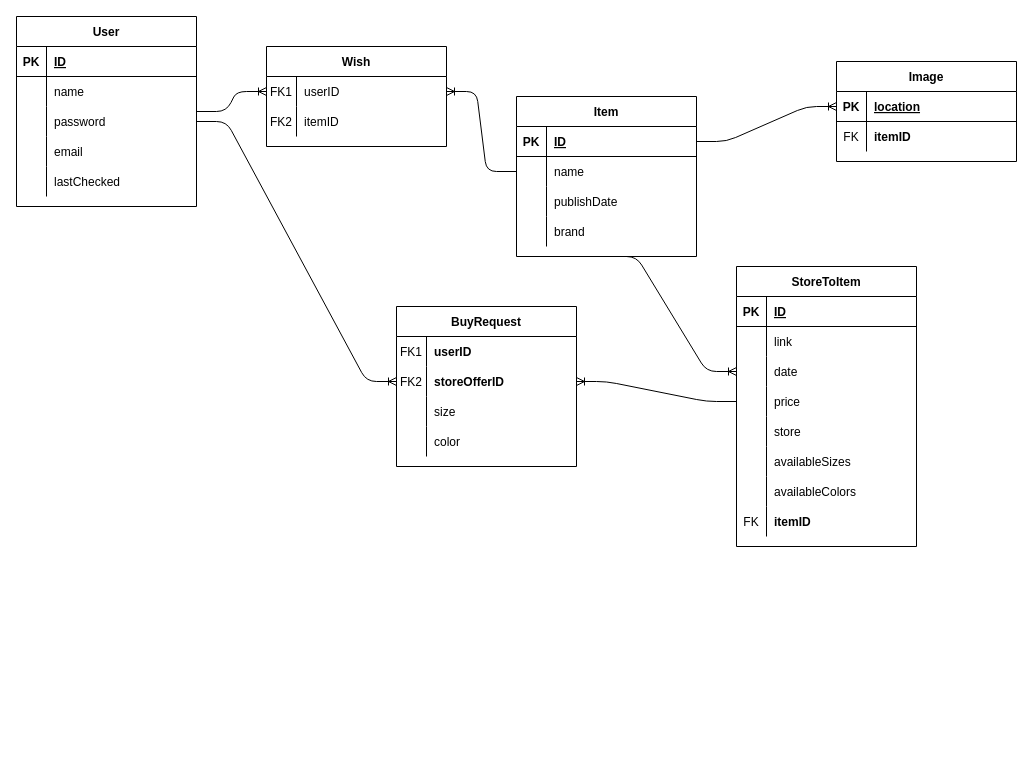
Earlier version of the draw.io diagram misc/er_diagram.drawio (BobbyLilD/SneakerCop). Source tidied: cells renumbered, new cells numbered last; positions are measured from the earlier drawing's top-left corner, leaving out a move shared by most shapes. Both pictures are drawn from the tidied source at 100%, with x=0, y=0 at pixel (16, 16).
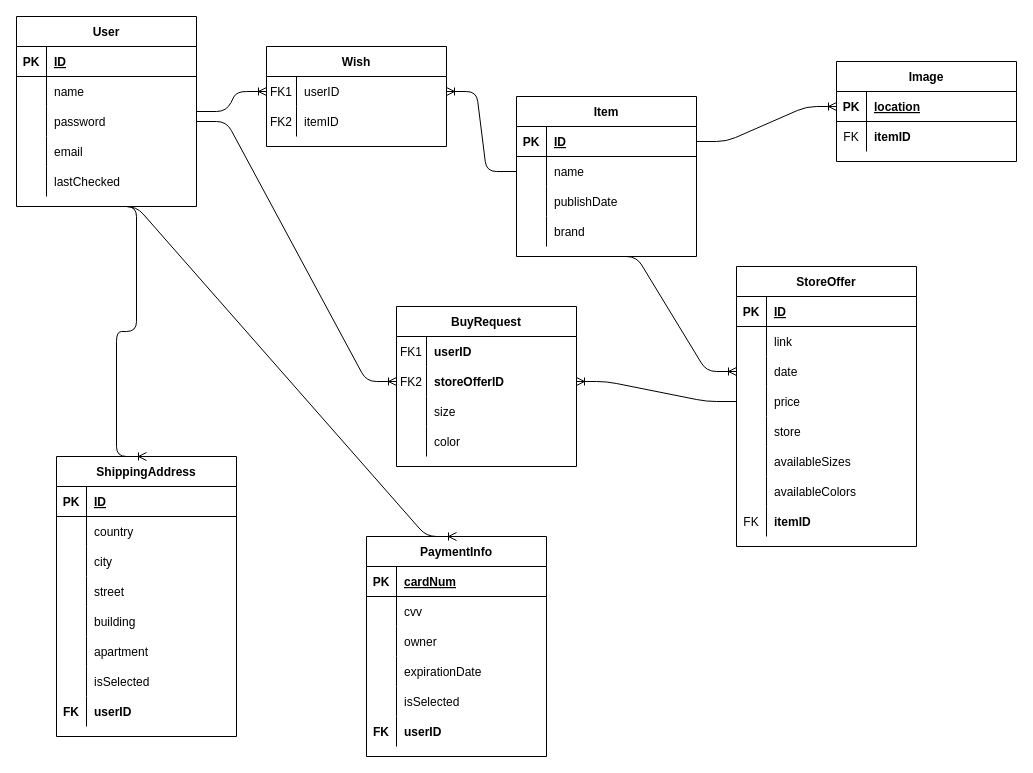
The same diagram, later.

The change refers to these unchanged cells:
```xml
<mxCell id="2" value="User" style="shape=table;startSize=30;childLayout=tableLayout;rowLines=0;fontStyle=1;align=center;" parent="1" vertex="1">
  <mxGeometry width="180" height="190" as="geometry" />
</mxCell>
```

Diff of the diagram source:
```diff
@@
-    <mxCell id="40" value="StoreToItem" style="shape=table;startSize=30;childLayout=tableLayout;rowLines=0;fontStyle=1;align=center;fillColor=none;" parent="1" vertex="1">
+    <mxCell id="40" value="StoreOffer" style="shape=table;startSize=30;childLayout=tableLayout;rowLines=0;fontStyle=1;align=center;fillColor=none;" parent="1" vertex="1">
       <mxGeometry x="720" y="250" width="180" height="280" as="geometry" />
     </mxCell>
@@
+    <mxCell id="89" value="PaymentInfo" style="shape=table;startSize=30;childLayout=tableLayout;rowLines=0;fontStyle=1;align=center;" parent="1" vertex="1">
+      <mxGeometry x="350" y="520" width="180" height="220" as="geometry" />
+    </mxCell>
+    <mxCell id="90" style="shape=partialRectangle;fillColor=none;top=0;left=0;bottom=1;right=0;" parent="89" vertex="1">
+      <mxGeometry y="30" width="180" height="30" as="geometry" />
+    </mxCell>
+    <mxCell id="91" value="PK" style="shape=partialRectangle;fillColor=none;top=0;left=0;bottom=0;right=0;fontStyle=1;overflow=hidden;" parent="90" vertex="1">
+      <mxGeometry width="30" height="30" as="geometry" />
+    </mxCell>
+    <mxCell id="92" value="cardNum" style="shape=partialRectangle;fillColor=none;top=0;left=0;bottom=0;right=0;align=left;spacingLeft=6;fontStyle=5;overflow=hidden;" parent="90" vertex="1">
+      <mxGeometry x="30" width="150" height="30" as="geometry" />
+    </mxCell>
+    <mxCell id="93" style="shape=partialRectangle;fillColor=none;top=0;left=0;bottom=0;right=0;" parent="89" vertex="1">
+      <mxGeometry y="60" width="180" height="30" as="geometry" />
+    </mxCell>
+    <mxCell id="94" style="shape=partialRectangle;fillColor=none;top=0;left=0;bottom=0;right=0;overflow=hidden;" parent="93" vertex="1">
+      <mxGeometry width="30" height="30" as="geometry" />
+    </mxCell>
+    <mxCell id="95" value="cvv" style="shape=partialRectangle;fillColor=none;top=0;left=0;bottom=0;right=0;align=left;spacingLeft=6;overflow=hidden;" parent="93" vertex="1">
+      <mxGeometry x="30" width="150" height="30" as="geometry" />
+    </mxCell>
+    <mxCell id="96" style="shape=partialRectangle;fillColor=none;top=0;left=0;bottom=0;right=0;" parent="89" vertex="1">
+      <mxGeometry y="90" width="180" height="30" as="geometry" />
+    </mxCell>
+    <mxCell id="97" style="shape=partialRectangle;fillColor=none;top=0;left=0;bottom=0;right=0;overflow=hidden;" parent="96" vertex="1">
+      <mxGeometry width="30" height="30" as="geometry" />
+    </mxCell>
+    <mxCell id="98" value="owner" style="shape=partialRectangle;fillColor=none;top=0;left=0;bottom=0;right=0;align=left;spacingLeft=6;overflow=hidden;" parent="96" vertex="1">
+      <mxGeometry x="30" width="150" height="30" as="geometry" />
+    </mxCell>
+    <mxCell id="99" style="shape=partialRectangle;fillColor=none;top=0;left=0;bottom=0;right=0;" parent="89" vertex="1">
+      <mxGeometry y="120" width="180" height="30" as="geometry" />
+    </mxCell>
+    <mxCell id="100" style="shape=partialRectangle;fillColor=none;top=0;left=0;bottom=0;right=0;overflow=hidden;" parent="99" vertex="1">
+      <mxGeometry width="30" height="30" as="geometry" />
+    </mxCell>
+    <mxCell id="101" value="expirationDate" style="shape=partialRectangle;fillColor=none;top=0;left=0;bottom=0;right=0;align=left;spacingLeft=6;overflow=hidden;" parent="99" vertex="1">
+      <mxGeometry x="30" width="150" height="30" as="geometry" />
+    </mxCell>
+    <mxCell id="102" style="shape=partialRectangle;fillColor=none;top=0;left=0;bottom=0;right=0;" parent="89" vertex="1">
+      <mxGeometry y="150" width="180" height="30" as="geometry" />
+    </mxCell>
+    <mxCell id="103" style="shape=partialRectangle;fillColor=none;top=0;left=0;bottom=0;right=0;overflow=hidden;" parent="102" vertex="1">
+      <mxGeometry width="30" height="30" as="geometry" />
+    </mxCell>
+    <mxCell id="104" value="isSelected" style="shape=partialRectangle;fillColor=none;top=0;left=0;bottom=0;right=0;align=left;spacingLeft=6;overflow=hidden;" parent="102" vertex="1">
+      <mxGeometry x="30" width="150" height="30" as="geometry" />
+    </mxCell>
+    <mxCell id="105" style="shape=partialRectangle;fillColor=none;top=0;left=0;bottom=0;right=0;" parent="89" vertex="1">
+      <mxGeometry y="180" width="180" height="30" as="geometry" />
+    </mxCell>
+    <mxCell id="106" value="FK" style="shape=partialRectangle;fillColor=none;top=0;left=0;bottom=0;right=0;overflow=hidden;fontStyle=1;" parent="105" vertex="1">
+      <mxGeometry width="30" height="30" as="geometry" />
+    </mxCell>
+    <mxCell id="107" value="userID" style="shape=partialRectangle;fillColor=none;top=0;left=0;bottom=0;right=0;align=left;spacingLeft=6;overflow=hidden;fontStyle=1;" parent="105" vertex="1">
+      <mxGeometry x="30" width="150" height="30" as="geometry" />
+    </mxCell>
+    <mxCell id="108" style="edgeStyle=entityRelationEdgeStyle;fontSize=12;html=1;endArrow=ERoneToMany;exitX=0.5;exitY=1;exitDx=0;exitDy=0;entryX=0.5;entryY=0;entryDx=0;entryDy=0;" parent="1" edge="1" source="2" target="89">
+      <mxGeometry relative="1" as="geometry" />
+    </mxCell>
+    <mxCell id="109" value="ShippingAddress" style="shape=table;startSize=30;childLayout=tableLayout;rowLines=0;fontStyle=1;align=center;" parent="1" vertex="1">
+      <mxGeometry x="40" y="440" width="180" height="280" as="geometry" />
+    </mxCell>
+    <mxCell id="110" style="shape=partialRectangle;fillColor=none;top=0;left=0;bottom=1;right=0;" parent="109" vertex="1">
+      <mxGeometry y="30" width="180" height="30" as="geometry" />
+    </mxCell>
+    <mxCell id="111" value="PK" style="shape=partialRectangle;fillColor=none;top=0;left=0;bottom=0;right=0;fontStyle=1;overflow=hidden;" parent="110" vertex="1">
+      <mxGeometry width="30" height="30" as="geometry" />
+    </mxCell>
+    <mxCell id="112" value="ID" style="shape=partialRectangle;fillColor=none;top=0;left=0;bottom=0;right=0;align=left;spacingLeft=6;fontStyle=5;overflow=hidden;" parent="110" vertex="1">
+      <mxGeometry x="30" width="150" height="30" as="geometry" />
+    </mxCell>
+    <mxCell id="113" style="shape=partialRectangle;fillColor=none;top=0;left=0;bottom=0;right=0;" parent="109" vertex="1">
+      <mxGeometry y="60" width="180" height="30" as="geometry" />
+    </mxCell>
+    <mxCell id="114" style="shape=partialRectangle;fillColor=none;top=0;left=0;bottom=0;right=0;overflow=hidden;" parent="113" vertex="1">
+      <mxGeometry width="30" height="30" as="geometry" />
+    </mxCell>
+    <mxCell id="115" value="country" style="shape=partialRectangle;fillColor=none;top=0;left=0;bottom=0;right=0;align=left;spacingLeft=6;overflow=hidden;" parent="113" vertex="1">
+      <mxGeometry x="30" width="150" height="30" as="geometry" />
+    </mxCell>
+    <mxCell id="116" style="shape=partialRectangle;fillColor=none;top=0;left=0;bottom=0;right=0;" parent="109" vertex="1">
+      <mxGeometry y="90" width="180" height="30" as="geometry" />
+    </mxCell>
+    <mxCell id="117" style="shape=partialRectangle;fillColor=none;top=0;left=0;bottom=0;right=0;overflow=hidden;" parent="116" vertex="1">
+      <mxGeometry width="30" height="30" as="geometry" />
+    </mxCell>
+    <mxCell id="118" value="city" style="shape=partialRectangle;fillColor=none;top=0;left=0;bottom=0;right=0;align=left;spacingLeft=6;overflow=hidden;" parent="116" vertex="1">
+      <mxGeometry x="30" width="150" height="30" as="geometry" />
+    </mxCell>
+    <mxCell id="119" style="shape=partialRectangle;fillColor=none;top=0;left=0;bottom=0;right=0;" parent="109" vertex="1">
+      <mxGeometry y="120" width="180" height="30" as="geometry" />
+    </mxCell>
+    <mxCell id="120" style="shape=partialRectangle;fillColor=none;top=0;left=0;bottom=0;right=0;overflow=hidden;" parent="119" vertex="1">
+      <mxGeometry width="30" height="30" as="geometry" />
+    </mxCell>
+    <mxCell id="121" value="street" style="shape=partialRectangle;fillColor=none;top=0;left=0;bottom=0;right=0;align=left;spacingLeft=6;overflow=hidden;" parent="119" vertex="1">
+      <mxGeometry x="30" width="150" height="30" as="geometry" />
+    </mxCell>
+    <mxCell id="122" style="shape=partialRectangle;fillColor=none;top=0;left=0;bottom=0;right=0;" parent="109" vertex="1">
+      <mxGeometry y="150" width="180" height="30" as="geometry" />
+    </mxCell>
+    <mxCell id="123" style="shape=partialRectangle;fillColor=none;top=0;left=0;bottom=0;right=0;overflow=hidden;" parent="122" vertex="1">
+      <mxGeometry width="30" height="30" as="geometry" />
+    </mxCell>
+    <mxCell id="124" value="building" style="shape=partialRectangle;fillColor=none;top=0;left=0;bottom=0;right=0;align=left;spacingLeft=6;overflow=hidden;" parent="122" vertex="1">
+      <mxGeometry x="30" width="150" height="30" as="geometry" />
+    </mxCell>
+    <mxCell id="125" style="shape=partialRectangle;fillColor=none;top=0;left=0;bottom=0;right=0;" parent="109" vertex="1">
+      <mxGeometry y="180" width="180" height="30" as="geometry" />
+    </mxCell>
+    <mxCell id="126" style="shape=partialRectangle;fillColor=none;top=0;left=0;bottom=0;right=0;overflow=hidden;" parent="125" vertex="1">
+      <mxGeometry width="30" height="30" as="geometry" />
+    </mxCell>
+    <mxCell id="127" value="apartment" style="shape=partialRectangle;fillColor=none;top=0;left=0;bottom=0;right=0;align=left;spacingLeft=6;overflow=hidden;" parent="125" vertex="1">
+      <mxGeometry x="30" width="150" height="30" as="geometry" />
+    </mxCell>
+    <mxCell id="128" style="shape=partialRectangle;fillColor=none;top=0;left=0;bottom=0;right=0;" parent="109" vertex="1">
+      <mxGeometry y="210" width="180" height="30" as="geometry" />
+    </mxCell>
+    <mxCell id="129" style="shape=partialRectangle;fillColor=none;top=0;left=0;bottom=0;right=0;overflow=hidden;" parent="128" vertex="1">
+      <mxGeometry width="30" height="30" as="geometry" />
+    </mxCell>
+    <mxCell id="130" value="isSelected" style="shape=partialRectangle;fillColor=none;top=0;left=0;bottom=0;right=0;align=left;spacingLeft=6;overflow=hidden;" parent="128" vertex="1">
+      <mxGeometry x="30" width="150" height="30" as="geometry" />
+    </mxCell>
+    <mxCell id="131" style="shape=partialRectangle;fillColor=none;top=0;left=0;bottom=0;right=0;" parent="109" vertex="1">
+      <mxGeometry y="240" width="180" height="30" as="geometry" />
+    </mxCell>
+    <mxCell id="132" value="FK" style="shape=partialRectangle;fillColor=none;top=0;left=0;bottom=0;right=0;overflow=hidden;fontStyle=1;" parent="131" vertex="1">
+      <mxGeometry width="30" height="30" as="geometry" />
+    </mxCell>
+    <mxCell id="133" value="userID" style="shape=partialRectangle;fillColor=none;top=0;left=0;bottom=0;right=0;align=left;spacingLeft=6;overflow=hidden;fontStyle=1;" parent="131" vertex="1">
+      <mxGeometry x="30" width="150" height="30" as="geometry" />
+    </mxCell>
+    <mxCell id="134" style="edgeStyle=entityRelationEdgeStyle;fontSize=12;html=1;endArrow=ERoneToMany;exitX=0.5;exitY=1;exitDx=0;exitDy=0;entryX=0.5;entryY=0;entryDx=0;entryDy=0;" parent="1" edge="1" source="2" target="109">
+      <mxGeometry relative="1" as="geometry" />
+    </mxCell>
```
